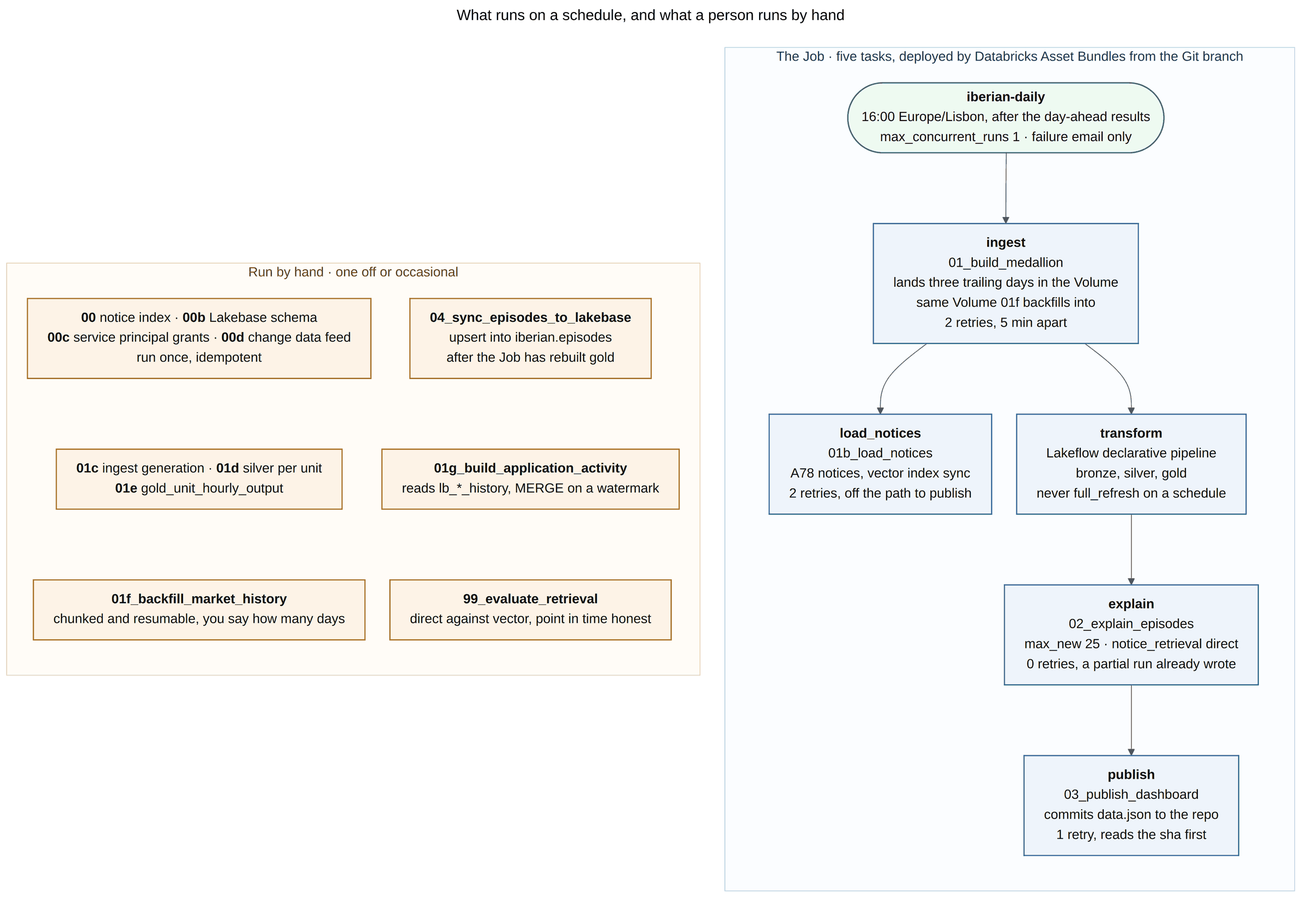
doriel/iberian-energy keeps this Mermaid diagram as images_readme/03-orchestration.png. Above is the earlier version. Its source is kept beside it as images_readme/03-orchestration.mmd.
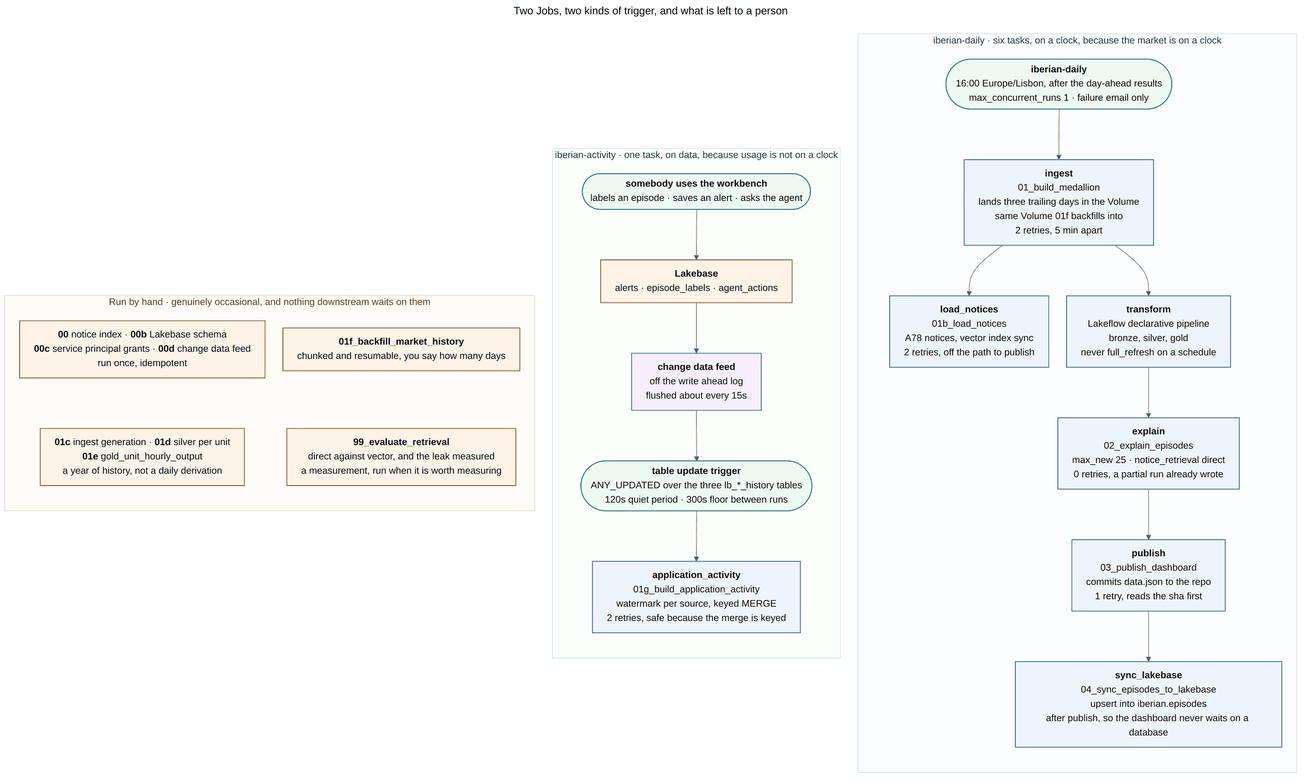
Above is the later version.

Commit message:
Trigger the analytics on table updates instead of by hand, move the Lakebase sync into the daily Job

Diff of the diagram source:
```diff
@@ -1,5 +1,5 @@
 ---
-title: What runs on a schedule, and what a person runs by hand
+title: Two Jobs, two kinds of trigger, and what is left to a person
 config:
   flowchart:
     wrappingWidth: 400
@@ -8,7 +8,7 @@
     padding: 12
 ---
 flowchart TB
-  subgraph job["The Job · five tasks, deployed by Databricks Asset Bundles from the Git branch"]
+  subgraph job["iberian-daily · six tasks, on a clock, because the market is on a clock"]
     direction TB
     cron(["<b>iberian-daily</b><br/>16:00 Europe/Lisbon, after the day-ahead results<br/>max_concurrent_runs 1 · failure email only"])
     ingest["<b>ingest</b><br/>01_build_medallion<br/>lands three trailing days in the Volume<br/>same Volume 01f backfills into<br/>2 retries, 5 min apart"]
@@ -16,33 +16,52 @@
     transform["<b>transform</b><br/>Lakeflow declarative pipeline<br/>bronze, silver, gold<br/>never full_refresh on a schedule"]
     explain["<b>explain</b><br/>02_explain_episodes<br/>max_new 25 · notice_retrieval direct<br/>0 retries, a partial run already wrote"]
     publish["<b>publish</b><br/>03_publish_dashboard<br/>commits data.json to the repo<br/>1 retry, reads the sha first"]
+    sync["<b>sync_lakebase</b><br/>04_sync_episodes_to_lakebase<br/>upsert into iberian.episodes<br/>after publish, so the dashboard never waits on a database"]
 
     cron --> ingest
     ingest --> notices
     ingest --> transform
     transform --> explain
     explain --> publish
+    publish --> sync
   end
 
-  subgraph manual["Run by hand · one off or occasional"]
+  subgraph activity["iberian-activity · one task, on data, because usage is not on a clock"]
+    direction TB
+    people(["<b>somebody uses the workbench</b><br/>labels an episode · saves an alert · asks the agent"])
+    pg["<b>Lakebase</b><br/>alerts · episode_labels · agent_actions"]
+    cdf["<b>change data feed</b><br/>off the write ahead log<br/>flushed about every 15s"]
+    trig(["<b>table update trigger</b><br/>ANY_UPDATED over the three lb_*_history tables<br/>120s quiet period · 300s floor between runs"])
+    build["<b>application_activity</b><br/>01g_build_application_activity<br/>watermark per source, keyed MERGE<br/>2 retries, safe because the merge is keyed"]
+
+    people --> pg
+    pg --> cdf
+    cdf --> trig
+    trig --> build
+  end
+
+  subgraph manual["Run by hand · genuinely occasional, and nothing downstream waits on them"]
     direction TB
     setup["<b>00</b> notice index · <b>00b</b> Lakebase schema<br/><b>00c</b> service principal grants · <b>00d</b> change data feed<br/>run once, idempotent"]
-    gen["<b>01c</b> ingest generation · <b>01d</b> silver per unit<br/><b>01e</b> gold_unit_hourly_output"]
+    gen["<b>01c</b> ingest generation · <b>01d</b> silver per unit<br/><b>01e</b> gold_unit_hourly_output<br/>a year of history, not a daily derivation"]
     backfill["<b>01f_backfill_market_history</b><br/>chunked and resumable, you say how many days"]
-    sync["<b>04_sync_episodes_to_lakebase</b><br/>upsert into iberian.episodes<br/>after the Job has rebuilt gold"]
-    activity["<b>01g_build_application_activity</b><br/>reads lb_*_history, MERGE on a watermark"]
-    evaluate["<b>99_evaluate_retrieval</b><br/>direct against vector, point in time honest"]
+    evaluate["<b>99_evaluate_retrieval</b><br/>direct against vector, and the leak measured<br/>a measurement, run when it is worth measuring"]
 
-    setup ~~~ gen ~~~ backfill
-    sync ~~~ activity ~~~ evaluate
+    setup ~~~ gen
+    backfill ~~~ evaluate
   end
 
   classDef task fill:#eef4fb,stroke:#3b6ea5,stroke-width:1.5px,color:#111
   classDef hand fill:#fdf3e7,stroke:#b5761f,stroke-width:1.5px,color:#111
   classDef trigger fill:#eefaf1,stroke:#2f8a54,stroke-width:1.5px,color:#111
-  class ingest,notices,transform,explain,publish task
-  class setup,gen,backfill,sync,activity,evaluate hand
-  class cron trigger
+  classDef pgnode fill:#fdf3e7,stroke:#b5761f,stroke-width:1.5px,color:#111
+  classDef cdfnode fill:#f6eefb,stroke:#7c4d9e,stroke-width:1.5px,color:#111
+  class ingest,notices,transform,explain,publish,sync,build task
+  class setup,gen,backfill,evaluate hand
+  class cron,trig,people trigger
+  class pg pgnode
+  class cdf cdfnode
 
   style job fill:#fbfdff,stroke:#c3d4e6,color:#1f3b57
+  style activity fill:#fbfffc,stroke:#c8e6d2,color:#1f5735
   style manual fill:#fffcf7,stroke:#e6d3b8,color:#6b4710
```
